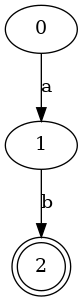
Before: automate/intersection.png, a diagram exported from Graphviz (Failalihaytam/ensa). Its source is kept beside it as automate/intersection.dot.
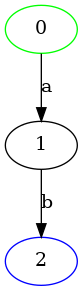
The same file after the commit.

The edit, as a diff of the source:
```diff
@@ -1,5 +1,6 @@
 digraph intersection {
 0 -> 1 [label="a"];
 1 -> 2 [label="b"];
-2 [shape=doublecircle];
+0 [color=green];
+2 [color=blue];
 }
```
